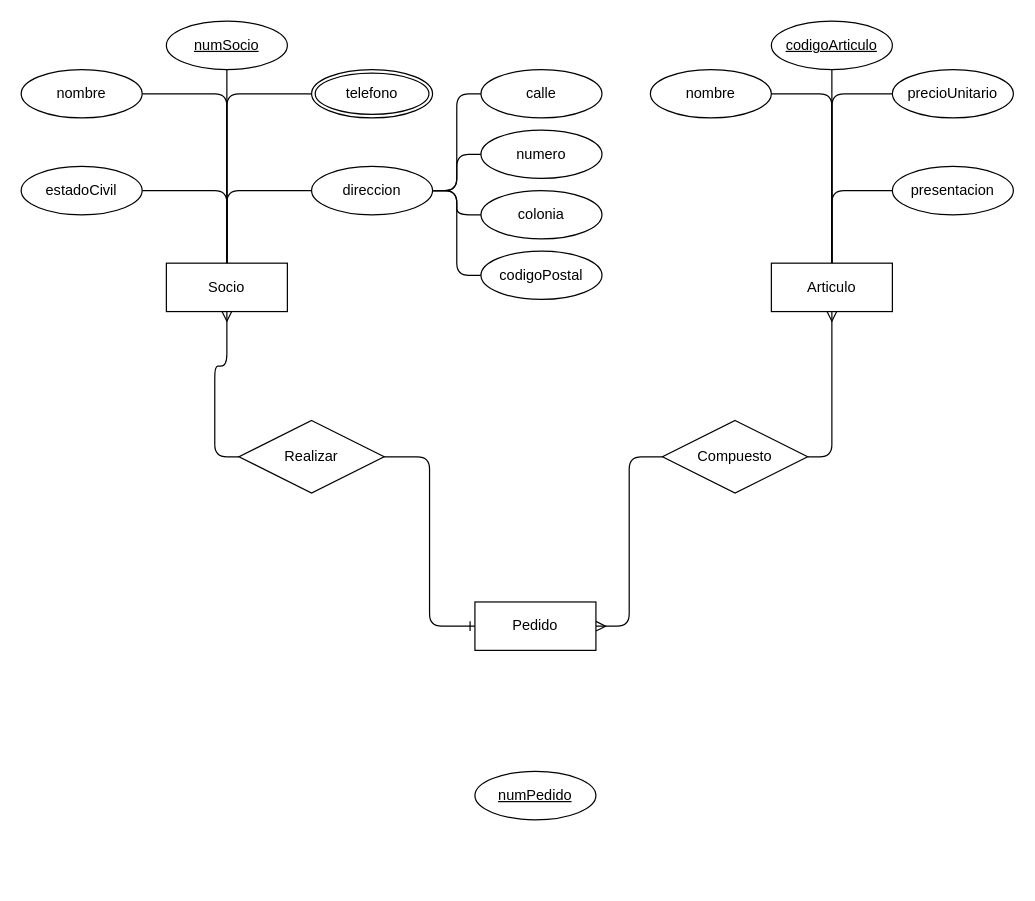
The draw.io diagram Activity-2-3.drawio in xmr-p/DatabaseCharts, before the edit. Source tidied: cells renumbered, new cells numbered last; positions are measured from the earlier drawing's top-left corner, leaving out a move shared by most shapes. Both pictures are drawn from the tidied source at 121%, with x=0, y=0 at pixel (21, 21).
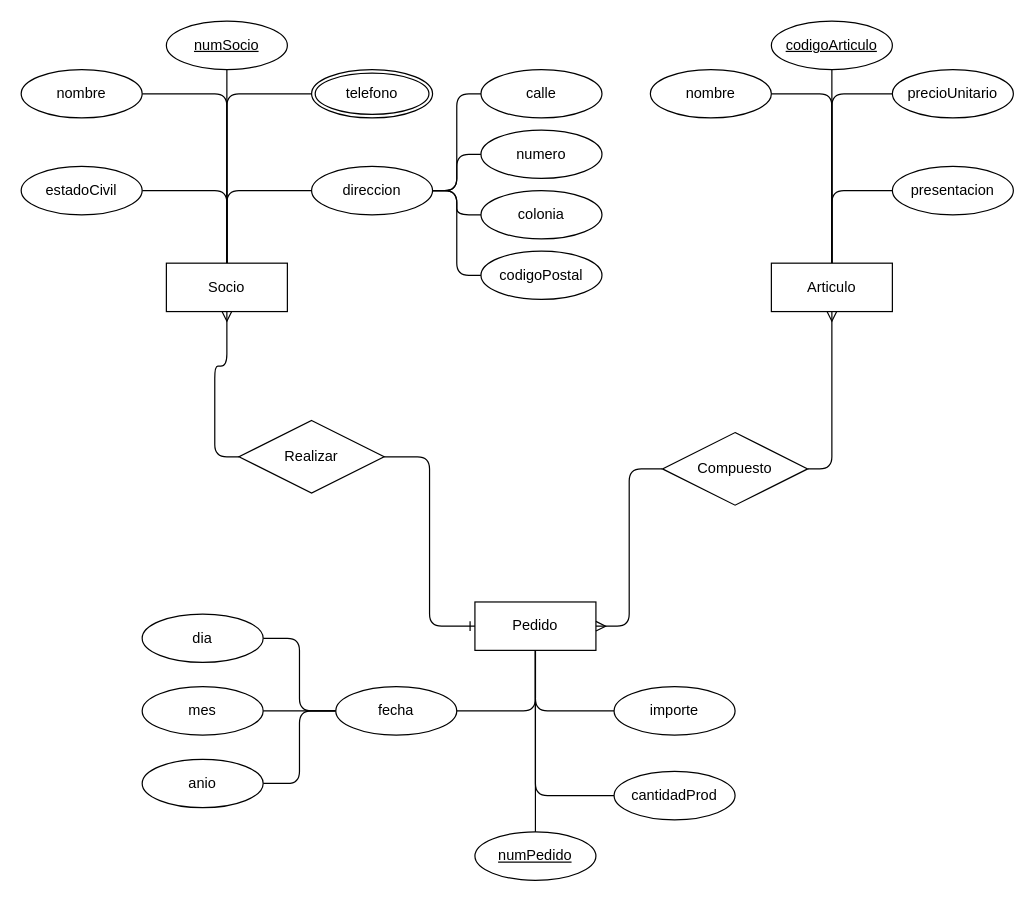
The same diagram, later.

The change refers to these unchanged cells:
```xml
<mxCell id="8" value="Pedido" style="whiteSpace=wrap;html=1;align=center;" parent="1" vertex="1">
  <mxGeometry x="375" y="480" width="100" height="40" as="geometry" />
</mxCell>
```

Change to the diagram source:
```diff
@@
+    <mxCell id="38" style="edgeStyle=orthogonalEdgeStyle;rounded=1;jettySize=auto;html=1;exitX=0.5;exitY=1;exitDx=0;exitDy=0;entryX=0.5;entryY=0;entryDx=0;entryDy=0;curved=0;endArrow=none;endFill=0;" parent="1" edge="1" source="8" target="21">
+      <mxGeometry relative="1" as="geometry" />
+    </mxCell>
+    <mxCell id="39" style="edgeStyle=orthogonalEdgeStyle;rounded=1;jettySize=auto;html=1;exitX=0.5;exitY=1;exitDx=0;exitDy=0;entryX=0;entryY=0.5;entryDx=0;entryDy=0;curved=0;endArrow=none;endFill=0;" parent="1" edge="1" source="8" target="43">
+      <mxGeometry relative="1" as="geometry" />
+    </mxCell>
+    <mxCell id="40" style="edgeStyle=orthogonalEdgeStyle;rounded=1;jettySize=auto;html=1;exitX=0.5;exitY=1;exitDx=0;exitDy=0;entryX=0;entryY=0.5;entryDx=0;entryDy=0;curved=0;endArrow=none;endFill=0;" parent="1" edge="1" source="8" target="42">
+      <mxGeometry relative="1" as="geometry" />
+    </mxCell>
+    <mxCell id="41" style="edgeStyle=orthogonalEdgeStyle;rounded=1;jettySize=auto;html=1;exitX=0.5;exitY=1;exitDx=0;exitDy=0;entryX=1;entryY=0.5;entryDx=0;entryDy=0;curved=0;endArrow=none;endFill=0;" parent="1" edge="1" source="8" target="47">
+      <mxGeometry relative="1" as="geometry" />
+    </mxCell>
@@
     <mxCell id="19" value="Compuesto" style="shape=rhombus;perimeter=rhombusPerimeter;whiteSpace=wrap;html=1;align=center;" parent="1" vertex="1">
-      <mxGeometry x="530" y="330" width="120" height="60" as="geometry" />
+      <mxGeometry x="530" y="340" width="120" height="60" as="geometry" />
     </mxCell>
@@
     <mxCell id="21" value="numPedido" style="ellipse;whiteSpace=wrap;html=1;align=center;fontStyle=4;" parent="1" vertex="1">
-      <mxGeometry x="375" y="620" width="100" height="40" as="geometry" />
+      <mxGeometry x="375" y="670" width="100" height="40" as="geometry" />
     </mxCell>
@@
+    <mxCell id="42" value="cantidadProd" style="ellipse;whiteSpace=wrap;html=1;align=center;" parent="1" vertex="1">
+      <mxGeometry x="490" y="620" width="100" height="40" as="geometry" />
+    </mxCell>
+    <mxCell id="43" value="importe" style="ellipse;whiteSpace=wrap;html=1;align=center;" parent="1" vertex="1">
+      <mxGeometry x="490" y="550" width="100" height="40" as="geometry" />
+    </mxCell>
+    <mxCell id="44" style="edgeStyle=orthogonalEdgeStyle;rounded=1;jettySize=auto;html=1;exitX=0;exitY=0.5;exitDx=0;exitDy=0;entryX=1;entryY=0.5;entryDx=0;entryDy=0;curved=0;endArrow=none;endFill=0;" parent="1" edge="1" source="47" target="50">
+      <mxGeometry relative="1" as="geometry" />
+    </mxCell>
+    <mxCell id="45" style="edgeStyle=orthogonalEdgeStyle;rounded=1;jettySize=auto;html=1;exitX=0;exitY=0.5;exitDx=0;exitDy=0;entryX=1;entryY=0.5;entryDx=0;entryDy=0;endArrow=none;endFill=0;curved=0;" parent="1" edge="1" source="47" target="49">
+      <mxGeometry relative="1" as="geometry" />
+    </mxCell>
+    <mxCell id="46" style="edgeStyle=orthogonalEdgeStyle;rounded=1;jettySize=auto;html=1;exitX=0;exitY=0.5;exitDx=0;exitDy=0;entryX=1;entryY=0.5;entryDx=0;entryDy=0;curved=0;endArrow=none;endFill=0;" parent="1" edge="1" source="47" target="48">
+      <mxGeometry relative="1" as="geometry" />
+    </mxCell>
+    <mxCell id="47" value="fecha" style="ellipse;whiteSpace=wrap;html=1;align=center;" parent="1" vertex="1">
+      <mxGeometry x="260" y="550" width="100" height="40" as="geometry" />
+    </mxCell>
+    <mxCell id="48" value="anio" style="ellipse;whiteSpace=wrap;html=1;align=center;" parent="1" vertex="1">
+      <mxGeometry x="100" y="610" width="100" height="40" as="geometry" />
+    </mxCell>
+    <mxCell id="49" value="mes" style="ellipse;whiteSpace=wrap;html=1;align=center;" parent="1" vertex="1">
+      <mxGeometry x="100" y="550" width="100" height="40" as="geometry" />
+    </mxCell>
+    <mxCell id="50" value="dia" style="ellipse;whiteSpace=wrap;html=1;align=center;" parent="1" vertex="1">
+      <mxGeometry x="100" y="490" width="100" height="40" as="geometry" />
+    </mxCell>
```
